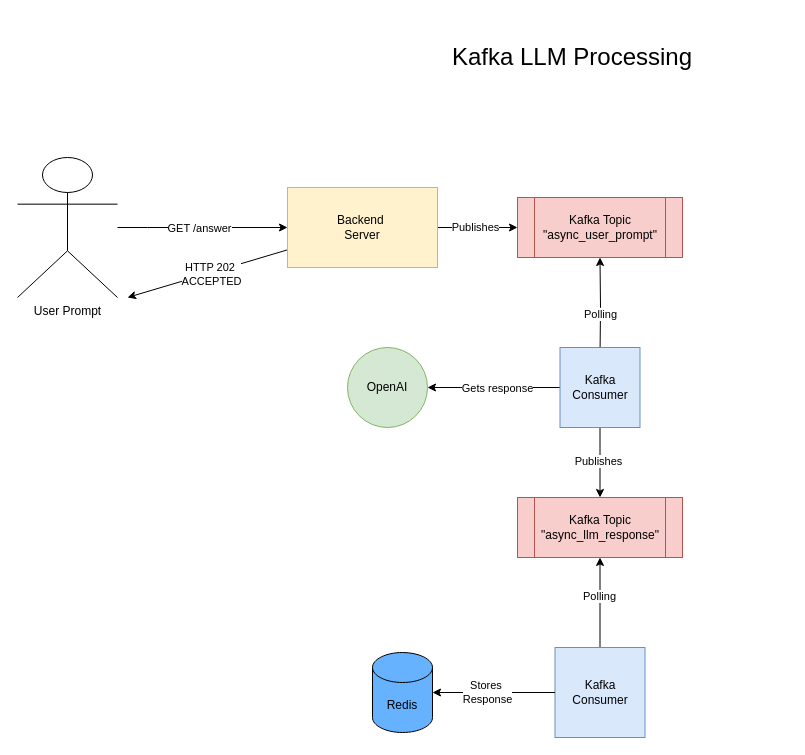
Earlier version of the draw.io diagram logic/llm_processing_async_kafka/kafka-llm-processing.drawio (irtiza07/public_api). Source tidied: cells renumbered, new cells numbered last; positions are measured from the earlier drawing's top-left corner, leaving out a move shared by most shapes. Both pictures are drawn from the tidied source at 100%, with x=0, y=0 at pixel (17, 17).
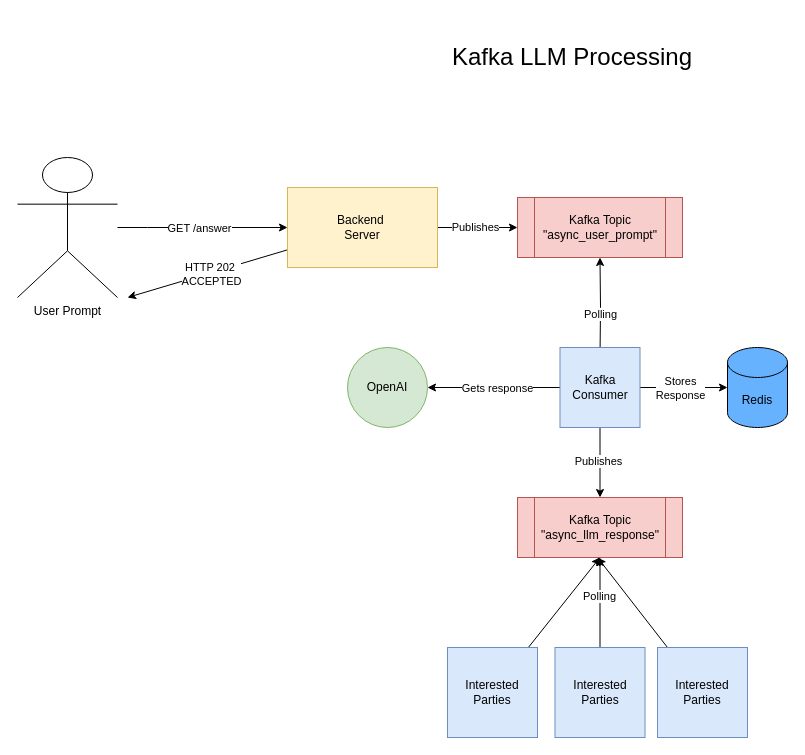
After the change.

Commit message (it also covers changes not shown here):
corrected kafka architecture

Unchanged cells that the change refers to:
```xml
<mxCell id="22" value="Kafka&lt;div&gt;Consumer&lt;/div&gt;" style="whiteSpace=wrap;html=1;fillColor=#dae8fc;strokeColor=#6c8ebf;" parent="1" vertex="1">
  <mxGeometry x="542.5" y="330" width="80" height="80" as="geometry" />
</mxCell>
<mxCell id="23" value="Kafka Topic&lt;div&gt;&quot;async_llm_response&quot;&lt;/div&gt;" style="shape=process;whiteSpace=wrap;html=1;backgroundOutline=1;fillColor=#f8cecc;strokeColor=#b85450;rounded=0;" parent="1" vertex="1">
  <mxGeometry x="500" y="480" width="165" height="60" as="geometry" />
</mxCell>
```

The edit, as a diff of the source:
```diff
@@
-    <mxCell id="17" value="Kafka&lt;div&gt;Consumer&lt;/div&gt;" style="whiteSpace=wrap;html=1;fillColor=#dae8fc;strokeColor=#6c8ebf;" parent="1" vertex="1">
+    <mxCell id="17" value="Interested Parties" style="whiteSpace=wrap;html=1;fillColor=#dae8fc;strokeColor=#6c8ebf;" parent="1" vertex="1">
       <mxGeometry x="537.5" y="630" width="90" height="90" as="geometry" />
     </mxCell>
@@
+    <mxCell id="27" style="edgeStyle=none;html=1;" parent="1" edge="1" source="22" target="24">
+      <mxGeometry relative="1" as="geometry" />
+    </mxCell>
+    <mxCell id="26" value="Stores&lt;div&gt;Response&lt;/div&gt;" style="edgeLabel;html=1;align=center;verticalAlign=middle;" parent="27" vertex="1">
+      <mxGeometry x="-0.08" relative="1" as="geometry" />
+    </mxCell>
@@
     <mxCell id="24" value="Redis" style="shape=cylinder3;whiteSpace=wrap;html=1;boundedLbl=1;backgroundOutline=1;size=15;fillColor=#66B2FF;" parent="1" vertex="1">
-      <mxGeometry x="355" y="635" width="60" height="80" as="geometry" />
+      <mxGeometry x="710" y="330" width="60" height="80" as="geometry" />
     </mxCell>
-    <mxCell id="25" style="edgeStyle=none;html=1;entryX=1;entryY=0.5;entryDx=0;entryDy=0;entryPerimeter=0;" parent="1" edge="1" source="17" target="24">
-      <mxGeometry relative="1" as="geometry" />
-    </mxCell>
-    <mxCell id="26" value="Stores&amp;nbsp;&lt;div&gt;Response&lt;/div&gt;" style="edgeLabel;html=1;align=center;verticalAlign=middle;" parent="25" vertex="1">
-      <mxGeometry x="0.11" y="-1" relative="1" as="geometry" />
-    </mxCell>
+    <mxCell id="28" style="edgeStyle=none;html=1;" parent="1" edge="1" source="29">
+      <mxGeometry relative="1" as="geometry">
+        <mxPoint x="580" y="540" as="targetPoint" />
+      </mxGeometry>
+    </mxCell>
+    <mxCell id="29" value="Interested Parties" style="whiteSpace=wrap;html=1;fillColor=#dae8fc;strokeColor=#6c8ebf;" parent="1" vertex="1">
+      <mxGeometry x="640" y="630" width="90" height="90" as="geometry" />
+    </mxCell>
+    <mxCell id="30" style="edgeStyle=none;html=1;entryX=0.5;entryY=1;entryDx=0;entryDy=0;" parent="1" edge="1" source="31" target="23">
+      <mxGeometry relative="1" as="geometry" />
+    </mxCell>
+    <mxCell id="31" value="Interested Parties" style="whiteSpace=wrap;html=1;fillColor=#dae8fc;strokeColor=#6c8ebf;" parent="1" vertex="1">
+      <mxGeometry x="430" y="630" width="90" height="90" as="geometry" />
+    </mxCell>
```
